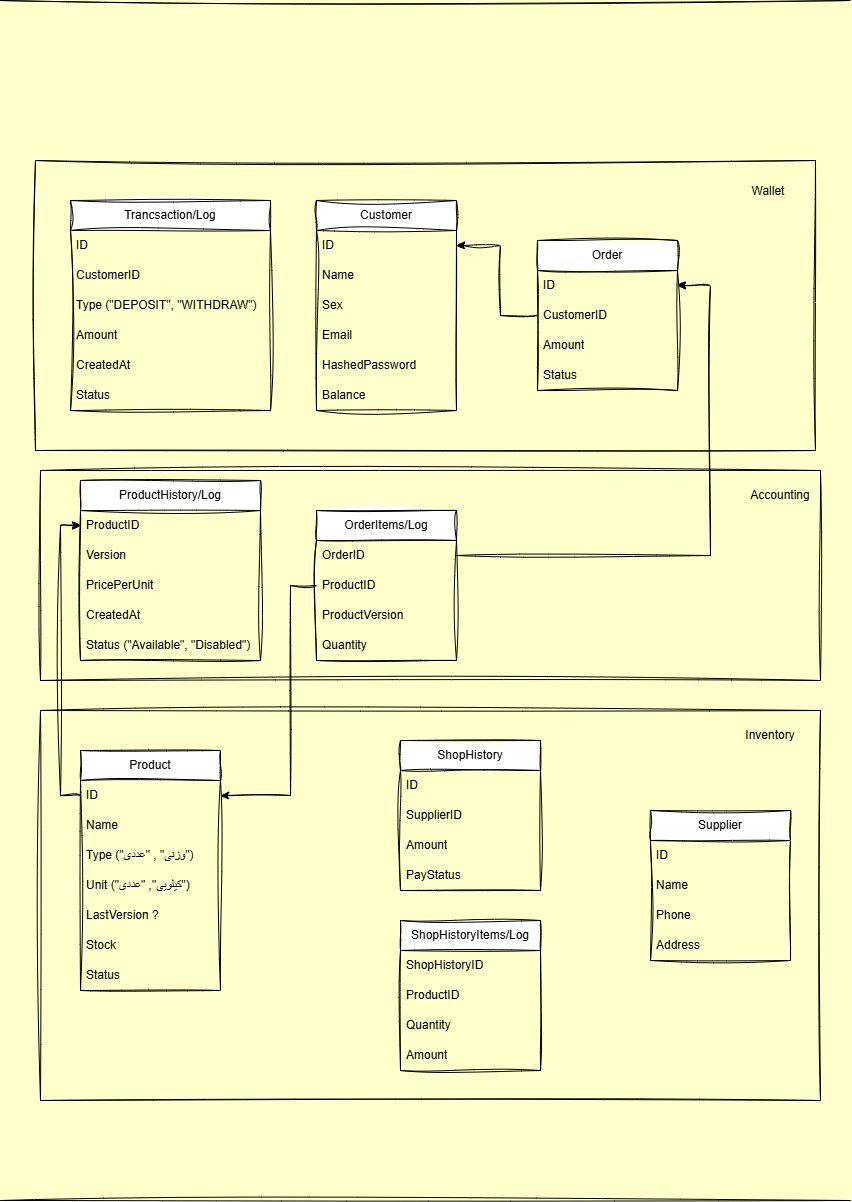
This is CoffeeShop/diagram.dio.png from imanlangaran/mini-projects, a draw.io export, as it was before one commit. Source tidied: cells renumbered, new cells last; positions are measured from the earlier drawing's top-left corner, leaving out a move shared by most shapes.
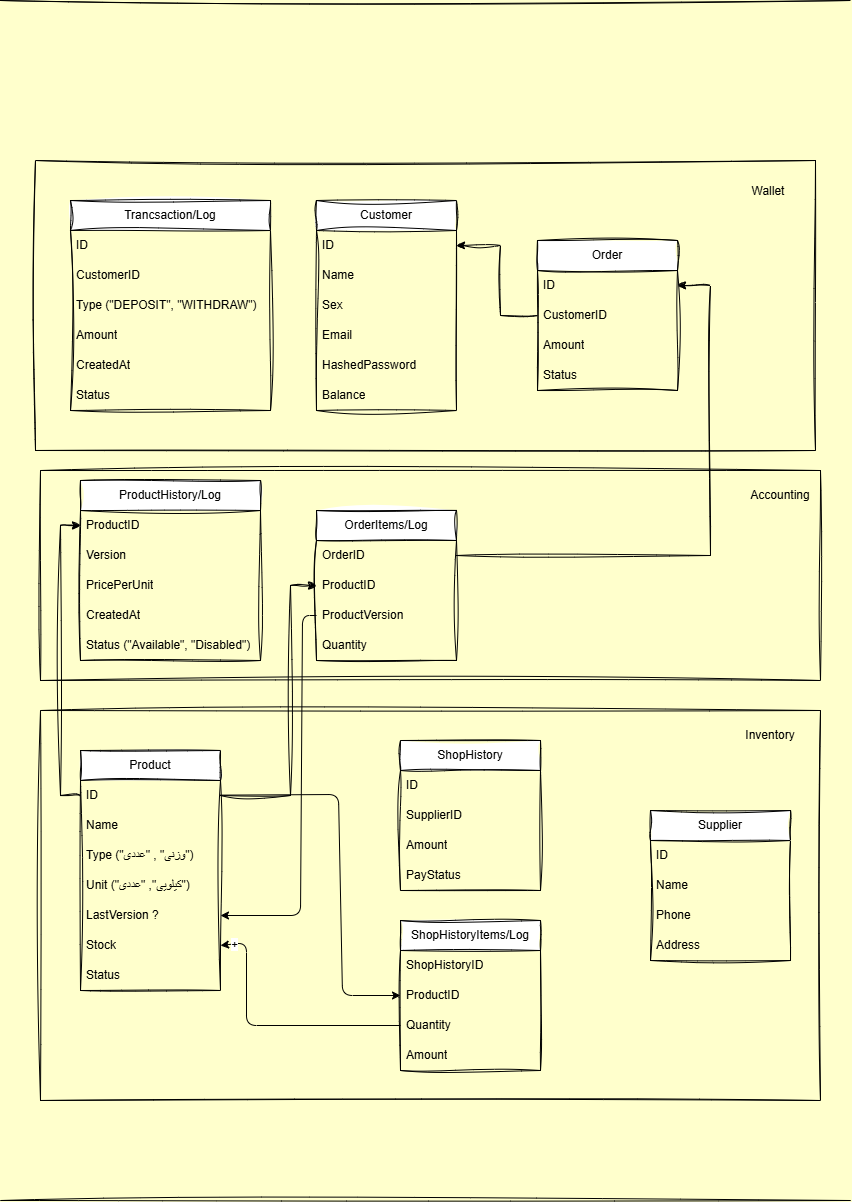
After the commit.

What changed in the source:
```diff
@@ -2,15 +2,15 @@
   <root>
     <mxCell id="0" />
     <mxCell id="1" parent="0" />
+    <mxCell id="4" style="rounded=0;whiteSpace=wrap;html=1;fillColor=none;sketch=1;curveFitting=1;jiggle=2;" parent="1" vertex="1">
+      <mxGeometry x="40" y="710" width="780" height="390" as="geometry" />
+    </mxCell>
     <mxCell id="2" style="rounded=0;whiteSpace=wrap;html=1;fillColor=none;sketch=1;curveFitting=1;jiggle=2;" parent="1" vertex="1">
       <mxGeometry x="35" y="160" width="780" height="290" as="geometry" />
     </mxCell>
     <mxCell id="3" style="rounded=0;whiteSpace=wrap;html=1;fillColor=none;sketch=1;curveFitting=1;jiggle=2;" parent="1" vertex="1">
       <mxGeometry x="40" y="470" width="780" height="210" as="geometry" />
     </mxCell>
-    <mxCell id="4" style="rounded=0;whiteSpace=wrap;html=1;fillColor=none;sketch=1;curveFitting=1;jiggle=2;" parent="1" vertex="1">
-      <mxGeometry x="40" y="710" width="780" height="390" as="geometry" />
-    </mxCell>
     <mxCell id="5" value="Customer" style="swimlane;fontStyle=0;horizontal=1;startSize=30;whiteSpace=wrap;html=1;rounded=0;sketch=1;curveFitting=1;jiggle=2;" parent="1" vertex="1">
       <mxGeometry x="316" y="200" width="140" height="210" as="geometry" />
     </mxCell>
@@ -115,14 +115,6 @@
         </Array>
       </mxGeometry>
     </mxCell>
-    <mxCell id="38" style="edgeStyle=none;html=1;entryX=1;entryY=0.5;entryDx=0;entryDy=0;rounded=0;sketch=1;curveFitting=1;jiggle=2;" parent="1" edge="1" source="34" target="20">
-      <mxGeometry relative="1" as="geometry">
-        <Array as="points">
-          <mxPoint x="290" y="585" />
-          <mxPoint x="290" y="795" />
-        </Array>
-      </mxGeometry>
-    </mxCell>
     <mxCell id="39" style="edgeStyle=none;html=1;entryX=1;entryY=0.5;entryDx=0;entryDy=0;rounded=0;sketch=1;curveFitting=1;jiggle=2;" parent="1" edge="1" source="29" target="6">
       <mxGeometry relative="1" as="geometry">
         <Array as="points">
@@ -223,5 +215,40 @@
         <mxPoint x="850" y="1200" as="targetPoint" />
       </mxGeometry>
     </mxCell>
+    <mxCell id="38" style="edgeStyle=none;html=1;rounded=0;sketch=1;curveFitting=1;jiggle=2;strokeColor=default;exitX=1;exitY=0.5;exitDx=0;exitDy=0;" parent="1" edge="1" source="20" target="34">
+      <mxGeometry relative="1" as="geometry">
+        <Array as="points">
+          <mxPoint x="290" y="795" />
+          <mxPoint x="290" y="585" />
+        </Array>
+      </mxGeometry>
+    </mxCell>
+    <mxCell id="67" style="edgeStyle=none;html=1;entryX=1;entryY=0.5;entryDx=0;entryDy=0;" parent="1" edge="1" source="35" target="24">
+      <mxGeometry relative="1" as="geometry">
+        <Array as="points">
+          <mxPoint x="302" y="615" />
+          <mxPoint x="300" y="915" />
+        </Array>
+      </mxGeometry>
+    </mxCell>
+    <mxCell id="68" style="edgeStyle=none;html=1;entryX=0;entryY=0.5;entryDx=0;entryDy=0;" parent="1" edge="1" source="20" target="52">
+      <mxGeometry relative="1" as="geometry">
+        <Array as="points">
+          <mxPoint x="338" y="794" />
+          <mxPoint x="342" y="995" />
+        </Array>
+      </mxGeometry>
+    </mxCell>
+    <mxCell id="69" style="edgeStyle=none;html=1;entryX=1;entryY=0.5;entryDx=0;entryDy=0;" parent="1" edge="1" source="53" target="25">
+      <mxGeometry relative="1" as="geometry">
+        <Array as="points">
+          <mxPoint x="246" y="1025" />
+          <mxPoint x="246" y="942" />
+        </Array>
+      </mxGeometry>
+    </mxCell>
+    <mxCell id="70" value="+" style="edgeLabel;html=1;align=center;verticalAlign=middle;" parent="69" vertex="1">
+      <mxGeometry x="0.9" relative="1" as="geometry" />
+    </mxCell>
   </root>
 </mxGraphModel>
```
